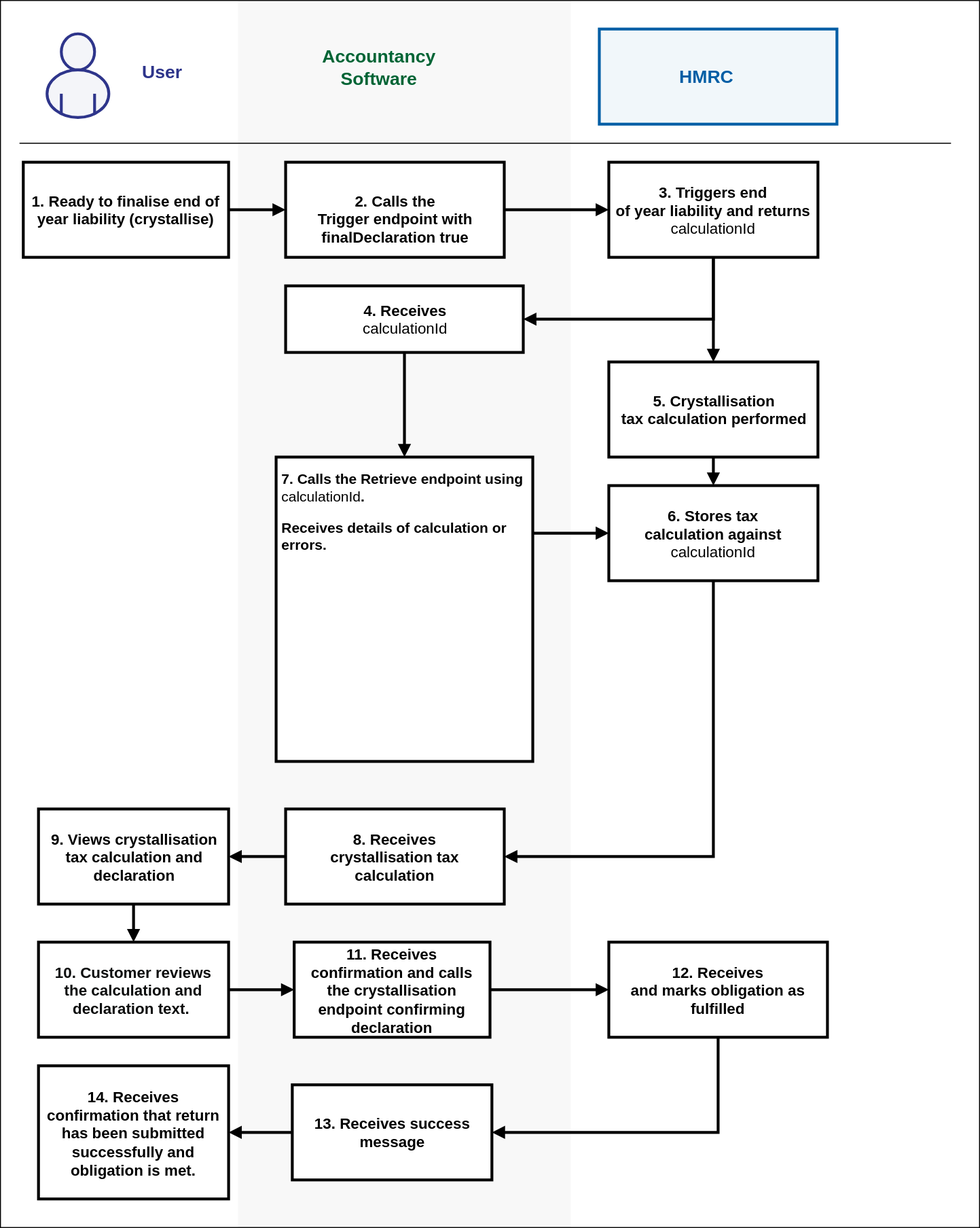
The draw.io diagram documentation/figures/crystallisation-diagram.svg in P0C-demo/P0C-demo.github.io, before a commit. Source tidied: cells renumbered, new cells last; positions are measured from the earlier drawing's top-left corner, leaving out a move shared by most shapes.
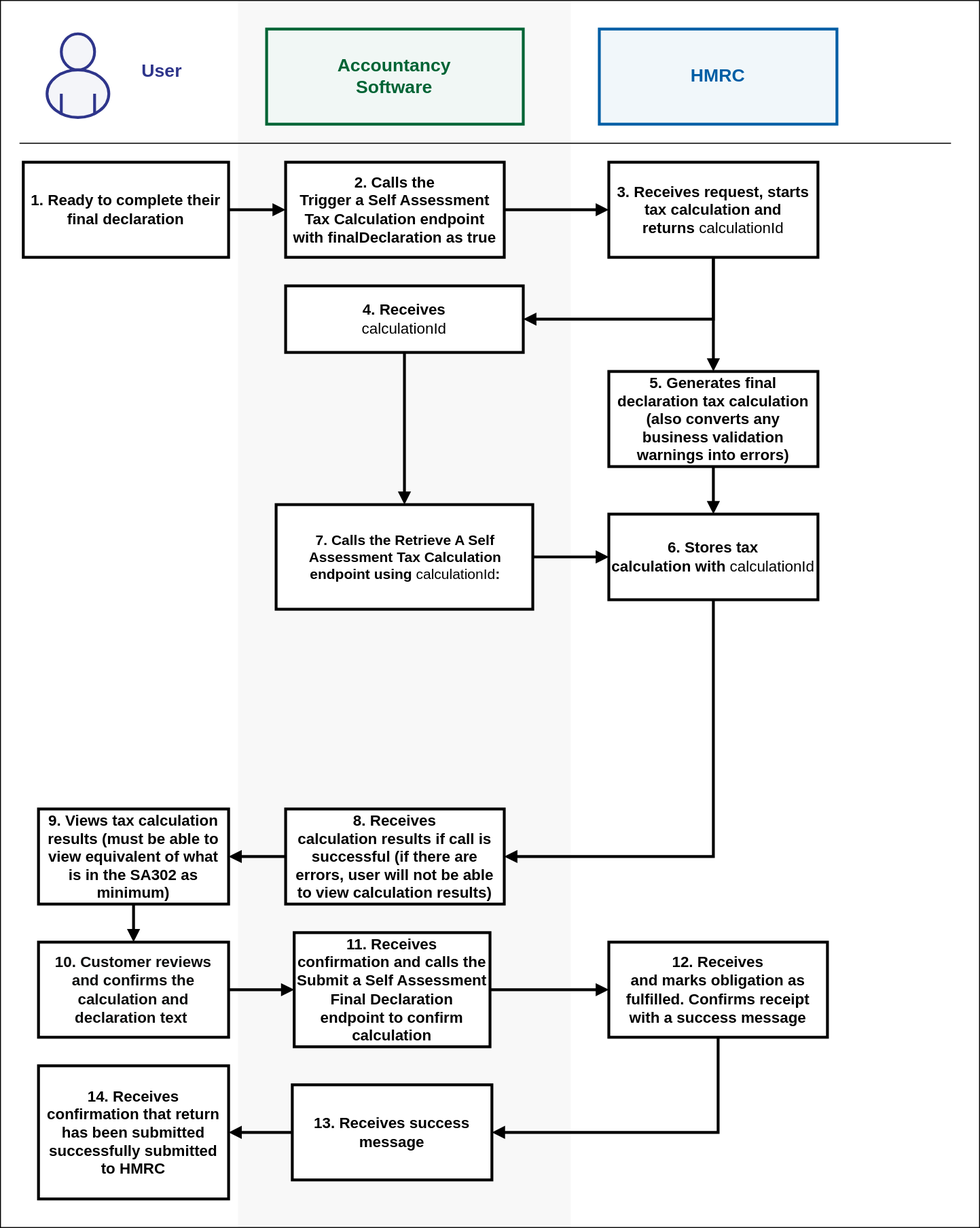
After the commit.

Commit message:
Deploy to GitHub Pages

Diff of the diagram source:
```diff
@@ -8,12 +8,9 @@
     <mxCell id="3" style="rounded=0;whiteSpace=wrap;html=1;comic=0;strokeColor=#000000;strokeWidth=1;fillColor=none;fontFamily=Helvetica;fontSize=16;fontColor=#2e358b;imageAspect=0;glass=0;shadow=0;" parent="1" vertex="1">
       <mxGeometry width="1030" height="1290" as="geometry" />
     </mxCell>
-    <mxCell id="4" value="&lt;p&gt;&lt;/p&gt;&lt;p class=&quot;MsoNormal&quot; style=&quot;font-size: 15px&quot;&gt;&lt;font style=&quot;font-size: 15px&quot;&gt;7. Calls the individual calculations endpoints using &lt;span style=&quot;font-weight: normal&quot;&gt;calculationId&lt;/span&gt;:&lt;/font&gt;&lt;/p&gt;&lt;p class=&quot;MsoNormal&quot; style=&quot;font-size: 15px&quot;&gt;&lt;font style=&quot;font-size: 15px&quot;&gt;&lt;br&gt;&lt;/font&gt;&lt;/p&gt;&lt;p class=&quot;MsoNormal&quot; style=&quot;font-size: 15px&quot;&gt;retrieve&amp;nbsp;&amp;nbsp;&lt;span&gt;tax calculation taxable income&lt;br&gt;&lt;/span&gt;retrieve&amp;nbsp;&amp;nbsp;&lt;span&gt;allowances, deductions and reliefs&lt;br&gt;&lt;/span&gt;&lt;span&gt;income tax NICS calculated&lt;/span&gt;&lt;/p&gt;&lt;p class=&quot;MsoNormal&quot; style=&quot;font-size: 15px&quot;&gt;&lt;span&gt;&lt;br&gt;&lt;/span&gt;&lt;span&gt;retrieve self-assessment tax calculation&lt;/span&gt;&lt;/p&gt;&lt;p class=&quot;MsoNormal&quot; style=&quot;font-size: 15px&quot;&gt;&lt;span&gt;Metadata&lt;br&gt;&lt;/span&gt;&lt;span&gt;Messages&lt;/span&gt;&lt;/p&gt;" style="html=1;whiteSpace=wrap;comic=0;strokeWidth=3;fontFamily=Helvetica;fontStyle=1;rounded=0;fillColor=#FFFFFF;fontSize=16;spacing=4;align=left;direction=south;" parent="1" vertex="1">
-      <mxGeometry x="290" y="480" width="270" height="320" as="geometry" />
+    <mxCell id="4" value="&lt;p&gt;&lt;/p&gt;&lt;p class=&quot;MsoNormal&quot; style=&quot;text-align: center; font-size: 15px;&quot;&gt;&lt;font style=&quot;font-size: 15px&quot;&gt;7. Calls the Retrieve A Self Assessment Tax Calculation endpoint using &lt;span style=&quot;font-weight: normal&quot;&gt;calculationId&lt;/span&gt;:&lt;/font&gt;&lt;/p&gt;" style="html=1;whiteSpace=wrap;comic=0;strokeWidth=3;fontFamily=Helvetica;fontStyle=1;rounded=0;fillColor=#FFFFFF;fontSize=16;spacing=4;align=left;direction=south;" parent="1" vertex="1">
+      <mxGeometry x="290" y="530" width="270" height="110" as="geometry" />
     </mxCell>
-    <mxCell id="5" style="rounded=1;whiteSpace=wrap;html=1;align=left;dashed=1;strokeWidth=5;fillColor=none;strokeColor=#6c8ebf;fontStyle=0;fontSize=16;fontFamily=Helvetica;dashPattern=1 1;" parent="1" vertex="1">
-      <mxGeometry x="90" y="560" width="460" height="130" as="geometry" />
-    </mxCell>
     <mxCell id="6" style="group;" parent="1" vertex="1">
       <mxGeometry x="280" y="40" width="270" height="90" as="geometry" />
     </mxCell>
@@ -24,7 +21,7 @@
       <mxGeometry width="270" height="100" as="geometry" />
     </mxCell>
     <mxCell id="9" value="Accountancy Software" style="text;html=1;strokeColor=none;fillColor=none;align=center;verticalAlign=middle;whiteSpace=wrap;rounded=0;fontStyle=1;fontColor=#006435;fontSize=19;" parent="7" vertex="1">
-      <mxGeometry x="96.2" y="30" width="45.2" height="20" as="geometry" />
+      <mxGeometry x="112.4" y="40" width="45.2" height="20" as="geometry" />
     </mxCell>
     <mxCell id="10" style="group;" parent="1" vertex="1">
       <mxGeometry x="630" y="30" width="250" height="100" as="geometry" />
@@ -33,7 +30,7 @@
       <mxGeometry width="250" height="100" as="geometry" />
     </mxCell>
     <mxCell id="12" value="HMRC" style="text;html=1;strokeColor=none;fillColor=none;align=center;verticalAlign=middle;whiteSpace=wrap;rounded=0;fontStyle=1;fontColor=#005ea5;fontSize=19;" parent="10" vertex="1">
-      <mxGeometry x="82.3" y="40" width="59.8" height="20" as="geometry" />
+      <mxGeometry x="95.1" y="40" width="59.8" height="20" as="geometry" />
     </mxCell>
     <mxCell id="13" style="endArrow=none;html=1;fontSize=19;fontColor=#005ea5;" parent="1" edge="1">
       <mxGeometry relative="1" as="geometry">
@@ -52,17 +49,17 @@
         </Array>
       </mxGeometry>
     </mxCell>
-    <mxCell id="16" value="&lt;p class=&quot;MsoNormal&quot;&gt;&lt;span lang=&quot;EN-US&quot;&gt;1. Ready to finalise end of year&amp;nbsp;&lt;/span&gt;liability&amp;nbsp;(crystallise)&lt;/p&gt;" style="html=1;whiteSpace=wrap;comic=0;strokeWidth=3;fontFamily=Helvetica;fontStyle=1;rounded=0;fillColor=#FFFFFF;fontSize=16;spacing=4;" parent="1" vertex="1">
+    <mxCell id="16" value="&lt;p class=&quot;MsoNormal&quot;&gt;&lt;span lang=&quot;EN-US&quot;&gt;1. Ready to complete their final declaration&lt;/span&gt;&lt;/p&gt;" style="html=1;whiteSpace=wrap;comic=0;strokeWidth=3;fontFamily=Helvetica;fontStyle=1;rounded=0;fillColor=#FFFFFF;fontSize=16;spacing=4;" parent="1" vertex="1">
       <mxGeometry x="24" y="170" width="216" height="100" as="geometry" />
     </mxCell>
-    <mxCell id="17" value="&lt;p class=&quot;MsoNormal&quot;&gt;&lt;span lang=&quot;EN-US&quot;&gt;2. Calls the&lt;br&gt;&lt;a href=&quot;https://developer.service.hmrc.gov.uk/api-documentation/docs/api/service/self-assessment-api/2.0#crystallisation_intent-to-crystallise_post_accordion&quot;&gt;intent to crystallise &lt;/a&gt;endpoint&lt;/span&gt;&lt;/p&gt;" style="html=1;whiteSpace=wrap;comic=0;strokeWidth=3;fontFamily=Helvetica;fontStyle=1;rounded=0;fillColor=#FFFFFF;fontSize=16;spacing=4;align=center;" parent="1" vertex="1">
+    <mxCell id="17" value="&lt;p class=&quot;MsoNormal&quot;&gt;&lt;span lang=&quot;EN-US&quot;&gt;2. Calls the&lt;br&gt;Trigger a Self Assessment Tax Calculation&amp;nbsp;endpoint with finalDeclaration as true&lt;/span&gt;&lt;/p&gt;" style="html=1;whiteSpace=wrap;comic=0;strokeWidth=3;fontFamily=Helvetica;fontStyle=1;rounded=0;fillColor=#FFFFFF;fontSize=16;spacing=4;align=center;" parent="1" vertex="1">
       <mxGeometry x="300" y="170" width="230" height="100" as="geometry" />
     </mxCell>
-    <mxCell id="18" value="&lt;p class=&quot;MsoNormal&quot;&gt;&lt;span lang=&quot;EN-US&quot;&gt;3. Triggers end&lt;br&gt;of year liability and returns crystallisation &lt;span style=&quot;font-weight: normal&quot;&gt;calculationId&lt;/span&gt;&lt;/span&gt;&lt;/p&gt;" style="html=1;whiteSpace=wrap;comic=0;strokeWidth=3;fontFamily=Helvetica;fontStyle=1;rounded=0;fillColor=#FFFFFF;fontSize=16;spacing=4;" parent="1" vertex="1">
+    <mxCell id="18" value="&lt;p class=&quot;MsoNormal&quot;&gt;&lt;span lang=&quot;EN-US&quot;&gt;3. Receives request, starts tax calculation and returns&amp;nbsp;&lt;span style=&quot;font-weight: normal&quot;&gt;calculationId&lt;/span&gt;&lt;/span&gt;&lt;/p&gt;" style="html=1;whiteSpace=wrap;comic=0;strokeWidth=3;fontFamily=Helvetica;fontStyle=1;rounded=0;fillColor=#FFFFFF;fontSize=16;spacing=4;" parent="1" vertex="1">
       <mxGeometry x="640" y="170" width="220" height="100" as="geometry" />
     </mxCell>
-    <mxCell id="19" value="&lt;p&gt;&lt;/p&gt;&lt;p class=&quot;MsoNormal&quot;&gt;&lt;span lang=&quot;EN-US&quot;&gt;5. Crystallisation&lt;br&gt;tax calculation performed&lt;/span&gt;&lt;/p&gt;" style="html=1;whiteSpace=wrap;comic=0;strokeWidth=3;fontFamily=Helvetica;fontStyle=1;rounded=0;fillColor=#FFFFFF;fontSize=16;spacing=4;" parent="1" vertex="1">
-      <mxGeometry x="640" y="380" width="220" height="100" as="geometry" />
+    <mxCell id="19" value="&lt;p&gt;&lt;/p&gt;&lt;p class=&quot;MsoNormal&quot;&gt;&lt;span lang=&quot;EN-US&quot;&gt;5. Generates final declaration tax calculation (also converts any business validation warnings into errors)&lt;/span&gt;&lt;/p&gt;" style="html=1;whiteSpace=wrap;comic=0;strokeWidth=3;fontFamily=Helvetica;fontStyle=1;rounded=0;fillColor=#FFFFFF;fontSize=16;spacing=4;" parent="1" vertex="1">
+      <mxGeometry x="640" y="390" width="220" height="100" as="geometry" />
     </mxCell>
     <mxCell id="20" style="ellipse;whiteSpace=wrap;html=1;rounded=0;comic=0;strokeColor=#2e358b;strokeWidth=3;fillColor=#F4F5F9;fontFamily=Helvetica;fontSize=16;fontColor=#2e358b;gradientColor=none;" parent="1" vertex="1">
       <mxGeometry x="64" y="35" width="35" height="38" as="geometry" />
@@ -85,31 +82,28 @@
     <mxCell id="24" style="edgeStyle=orthogonalEdgeStyle;rounded=0;html=1;jettySize=auto;fontFamily=Helvetica;fontSize=19;fontColor=#2e358b;strokeWidth=3;endArrow=block;endFill=1;exitX=1;exitY=0.5;exitDx=0;exitDy=0;entryX=0;entryY=0.5;entryDx=0;entryDy=0;" parent="1" edge="1" source="17" target="18">
       <mxGeometry relative="1" as="geometry" />
     </mxCell>
-    <mxCell id="25" value="&lt;p&gt;&lt;/p&gt;&lt;p class=&quot;MsoNormal&quot;&gt;&lt;span lang=&quot;EN-US&quot;&gt;14. Receives confirmation that return has been submitted successfully and obligation is met.&lt;/span&gt;&lt;/p&gt;" style="html=1;whiteSpace=wrap;comic=0;strokeWidth=3;fontFamily=Helvetica;fontStyle=1;rounded=0;fillColor=#FFFFFF;fontSize=16;spacing=4;" parent="1" vertex="1">
+    <mxCell id="25" value="&lt;p&gt;&lt;/p&gt;&lt;p class=&quot;MsoNormal&quot;&gt;&lt;span lang=&quot;EN-US&quot;&gt;14. Receives confirmation that return has been submitted successfully submitted to HMRC&lt;/span&gt;&lt;/p&gt;" style="html=1;whiteSpace=wrap;comic=0;strokeWidth=3;fontFamily=Helvetica;fontStyle=1;rounded=0;fillColor=#FFFFFF;fontSize=16;spacing=4;" parent="1" vertex="1">
       <mxGeometry x="40" y="1120" width="200" height="140" as="geometry" />
     </mxCell>
-    <mxCell id="26" value="&lt;p class=&quot;MsoNormal&quot; style=&quot;font-size: 14px&quot;&gt;&lt;span lang=&quot;EN-US&quot;&gt;Minimum&lt;br&gt;required to display to the customer, equivalent to SA302&lt;/span&gt;&lt;/p&gt;" style="text;html=1;strokeColor=none;fillColor=none;align=left;verticalAlign=middle;whiteSpace=wrap;rounded=0;fontStyle=1;fontFamily=GDS Transport Website;" parent="1" vertex="1">
-      <mxGeometry x="111" y="600" width="139" height="53" as="geometry" />
-    </mxCell>
     <mxCell id="27" value="&lt;p&gt;&lt;/p&gt;&lt;p class=&quot;MsoNormal&quot;&gt;&lt;span lang=&quot;EN-US&quot;&gt;4. Receives&lt;br&gt;&lt;span style=&quot;font-weight: normal&quot;&gt;calculationId&lt;/span&gt;&lt;/span&gt;&lt;/p&gt;" style="html=1;whiteSpace=wrap;comic=0;strokeWidth=3;fontFamily=Helvetica;fontStyle=1;rounded=0;fillColor=#FFFFFF;fontSize=16;spacing=4;" parent="1" vertex="1">
       <mxGeometry x="300" y="300" width="250" height="70" as="geometry" />
     </mxCell>
-    <mxCell id="28" value="&lt;p&gt;&lt;/p&gt;&lt;p class=&quot;MsoNormal&quot;&gt;&lt;span lang=&quot;EN-US&quot;&gt;8. Receives&lt;br&gt;crystallisation tax calculation&lt;/span&gt;&lt;/p&gt;" style="html=1;whiteSpace=wrap;comic=0;strokeWidth=3;fontFamily=Helvetica;fontStyle=1;rounded=0;fillColor=#FFFFFF;fontSize=16;spacing=4;" parent="1" vertex="1">
+    <mxCell id="28" value="&lt;p&gt;&lt;/p&gt;&lt;p class=&quot;MsoNormal&quot;&gt;&lt;span lang=&quot;EN-US&quot;&gt;8. Receives&lt;br&gt;calculation results if call is successful (if there are errors, user will not be able to view calculation results)&lt;/span&gt;&lt;/p&gt;" style="html=1;whiteSpace=wrap;comic=0;strokeWidth=3;fontFamily=Helvetica;fontStyle=1;rounded=0;fillColor=#FFFFFF;fontSize=16;spacing=4;" parent="1" vertex="1">
       <mxGeometry x="300" y="850" width="230" height="100" as="geometry" />
     </mxCell>
-    <mxCell id="29" value="&lt;span style=&quot;font-size: 12.0pt ; line-height: 107% ; font-family: &amp;#34;arial&amp;#34; , sans-serif ; color: #0b0c0c&quot;&gt;10. Customer reviews the calculation and declaration text.&amp;nbsp;&lt;/span&gt;" style="html=1;whiteSpace=wrap;comic=0;strokeWidth=3;fontFamily=Helvetica;fontStyle=1;rounded=0;fillColor=#FFFFFF;fontSize=16;spacing=4;" parent="1" vertex="1">
+    <mxCell id="29" value="&lt;span style=&quot;font-size: 12.0pt ; line-height: 107% ; font-family: &amp;quot;arial&amp;quot; , sans-serif ; color: #0b0c0c&quot;&gt;10. Customer reviews and confirms the calculation and declaration text&amp;nbsp;&lt;/span&gt;" style="html=1;whiteSpace=wrap;comic=0;strokeWidth=3;fontFamily=Helvetica;fontStyle=1;rounded=0;fillColor=#FFFFFF;fontSize=16;spacing=4;" parent="1" vertex="1">
       <mxGeometry x="40" y="990" width="200" height="100" as="geometry" />
     </mxCell>
-    <mxCell id="30" value="&lt;p&gt;&lt;/p&gt;&lt;p class=&quot;MsoNormal&quot;&gt;&lt;span lang=&quot;EN-US&quot;&gt;6. Stores tax&lt;br&gt;calculation against &lt;span style=&quot;font-weight: normal&quot;&gt;calculationId&lt;/span&gt;&lt;/span&gt;&lt;/p&gt;" style="html=1;whiteSpace=wrap;comic=0;strokeWidth=3;fontFamily=Helvetica;fontStyle=1;rounded=0;fillColor=#FFFFFF;fontSize=16;spacing=4;" parent="1" vertex="1">
-      <mxGeometry x="640" y="510" width="220" height="100" as="geometry" />
+    <mxCell id="30" value="&lt;p&gt;&lt;/p&gt;&lt;p class=&quot;MsoNormal&quot;&gt;&lt;span lang=&quot;EN-US&quot;&gt;6. Stores tax&lt;br&gt;calculation with&amp;nbsp;&lt;span style=&quot;font-weight: normal&quot;&gt;calculationId&lt;/span&gt;&lt;/span&gt;&lt;/p&gt;" style="html=1;whiteSpace=wrap;comic=0;strokeWidth=3;fontFamily=Helvetica;fontStyle=1;rounded=0;fillColor=#FFFFFF;fontSize=16;spacing=4;" parent="1" vertex="1">
+      <mxGeometry x="640" y="540" width="220" height="90" as="geometry" />
     </mxCell>
-    <mxCell id="31" value="&lt;p&gt;&lt;/p&gt;&lt;p class=&quot;MsoNormal&quot;&gt;&lt;span lang=&quot;EN-US&quot;&gt;11. Receives&lt;br&gt;confirmation and calls the crystallisation endpoint confirming declaration&lt;/span&gt;&lt;/p&gt;" style="html=1;whiteSpace=wrap;comic=0;strokeWidth=3;fontFamily=Helvetica;fontStyle=1;rounded=0;fillColor=#FFFFFF;fontSize=16;spacing=4;" parent="1" vertex="1">
-      <mxGeometry x="309" y="990" width="206" height="100" as="geometry" />
+    <mxCell id="31" value="&lt;p&gt;&lt;/p&gt;&lt;p class=&quot;MsoNormal&quot;&gt;&lt;span lang=&quot;EN-US&quot;&gt;11. Receives&lt;br&gt;confirmation and calls the Submit a Self Assessment Final Declaration endpoint to confirm calculation&lt;/span&gt;&lt;/p&gt;" style="html=1;whiteSpace=wrap;comic=0;strokeWidth=3;fontFamily=Helvetica;fontStyle=1;rounded=0;fillColor=#FFFFFF;fontSize=16;spacing=4;" parent="1" vertex="1">
+      <mxGeometry x="309" y="980" width="206" height="120" as="geometry" />
     </mxCell>
     <mxCell id="32" value="&lt;p&gt;&lt;/p&gt;&lt;p class=&quot;MsoNormal&quot;&gt;&lt;span lang=&quot;EN-US&quot;&gt;13. Receives success&lt;br&gt;message&lt;/span&gt;&lt;/p&gt;" style="html=1;whiteSpace=wrap;comic=0;strokeWidth=3;fontFamily=Helvetica;fontStyle=1;rounded=0;fillColor=#FFFFFF;fontSize=16;spacing=4;" parent="1" vertex="1">
       <mxGeometry x="307" y="1140" width="210" height="100" as="geometry" />
     </mxCell>
-    <mxCell id="33" value="&lt;p&gt;&lt;/p&gt;&lt;p class=&quot;MsoNormal&quot;&gt;&lt;span lang=&quot;EN-US&quot;&gt;12. Receives&lt;br&gt;and marks obligation as fulfilled&lt;/span&gt;&lt;/p&gt;" style="html=1;whiteSpace=wrap;comic=0;strokeWidth=3;fontFamily=Helvetica;fontStyle=1;rounded=0;fillColor=#FFFFFF;fontSize=16;spacing=4;" parent="1" vertex="1">
+    <mxCell id="33" value="&lt;p&gt;&lt;/p&gt;&lt;p class=&quot;MsoNormal&quot;&gt;&lt;span lang=&quot;EN-US&quot;&gt;12. Receives&lt;br&gt;and marks obligation as fulfilled. Confirms receipt with a success message&lt;/span&gt;&lt;/p&gt;" style="html=1;whiteSpace=wrap;comic=0;strokeWidth=3;fontFamily=Helvetica;fontStyle=1;rounded=0;fillColor=#FFFFFF;fontSize=16;spacing=4;" parent="1" vertex="1">
       <mxGeometry x="640" y="990" width="230" height="100" as="geometry" />
     </mxCell>
     <mxCell id="34" style="rounded=0;html=1;jettySize=auto;fontFamily=Helvetica;fontSize=19;fontColor=#2e358b;strokeWidth=3;endArrow=block;endFill=1;entryX=1;entryY=0.5;entryDx=0;entryDy=0;exitX=0.5;exitY=1;exitDx=0;exitDy=0;" parent="1" edge="1" source="18" target="27">
@@ -125,7 +119,7 @@
     <mxCell id="36" style="rounded=0;html=1;jettySize=auto;fontFamily=Helvetica;fontSize=19;fontColor=#2e358b;strokeWidth=3;endArrow=block;endFill=1;exitX=0.5;exitY=1;exitDx=0;exitDy=0;entryX=0.5;entryY=0;entryDx=0;entryDy=0;" parent="1" edge="1" source="19" target="30">
       <mxGeometry relative="1" as="geometry" />
     </mxCell>
-    <mxCell id="37" value="&lt;p&gt;&lt;/p&gt;&lt;p class=&quot;MsoNormal&quot;&gt;&lt;span lang=&quot;EN-US&quot;&gt;9. Views crystallisation&lt;br&gt;tax calculation&amp;nbsp;&lt;/span&gt;&lt;span&gt;and&lt;br&gt;declaration&lt;/span&gt;&lt;/p&gt;" style="html=1;whiteSpace=wrap;comic=0;strokeWidth=3;fontFamily=Helvetica;fontStyle=1;rounded=0;fillColor=#FFFFFF;fontSize=16;spacing=4;" parent="1" vertex="1">
+    <mxCell id="37" value="&lt;p&gt;&lt;/p&gt;&lt;p class=&quot;MsoNormal&quot;&gt;&lt;span lang=&quot;EN-US&quot;&gt;9. Views tax calculation&lt;br&gt;results (must be able to view equivalent of what is in the SA302 as minimum)&lt;/span&gt;&lt;/p&gt;" style="html=1;whiteSpace=wrap;comic=0;strokeWidth=3;fontFamily=Helvetica;fontStyle=1;rounded=0;fillColor=#FFFFFF;fontSize=16;spacing=4;" parent="1" vertex="1">
       <mxGeometry x="40" y="850" width="200" height="100" as="geometry" />
     </mxCell>
     <mxCell id="38" style="endArrow=block;html=1;fontFamily=Helvetica;fontSize=19;entryX=0;entryY=0.5;entryDx=0;entryDy=0;exitX=1;exitY=0.5;exitDx=0;exitDy=0;rounded=0;fontColor=#2e358b;strokeWidth=3;endFill=1;" parent="1" edge="1" source="29" target="31">
@@ -149,7 +143,7 @@
     <mxCell id="44" style="endArrow=block;html=1;fontFamily=Helvetica;fontSize=19;exitX=0.5;exitY=1;exitDx=0;exitDy=0;rounded=0;fontColor=#2e358b;strokeWidth=3;endFill=1;entryX=0;entryY=0.5;entryDx=0;entryDy=0;" parent="1" edge="1" source="27" target="4">
       <mxGeometry relative="1" as="geometry" />
     </mxCell>
-    <mxCell id="45" style="endArrow=block;html=1;fontFamily=Helvetica;fontSize=19;entryX=0;entryY=0.5;entryDx=0;entryDy=0;rounded=0;fontColor=#2e358b;strokeWidth=3;endFill=1;exitX=0.25;exitY=0;exitDx=0;exitDy=0;" parent="1" edge="1" source="4" target="30">
+    <mxCell id="45" style="endArrow=block;html=1;fontFamily=Helvetica;fontSize=19;rounded=0;fontColor=#2e358b;strokeWidth=3;endFill=1;entryX=0;entryY=0.5;entryDx=0;entryDy=0;exitX=0.5;exitY=0;exitDx=0;exitDy=0;" parent="1" edge="1" source="4" target="30">
       <mxGeometry relative="1" as="geometry" />
     </mxCell>
     <mxCell id="46" style="endArrow=block;html=1;fontFamily=Helvetica;fontSize=19;entryX=1;entryY=0.5;entryDx=0;entryDy=0;exitX=0.5;exitY=1;exitDx=0;exitDy=0;edgeStyle=orthogonalEdgeStyle;rounded=0;fontColor=#2e358b;strokeWidth=3;endFill=1;" parent="1" edge="1" source="30" target="28">
```
